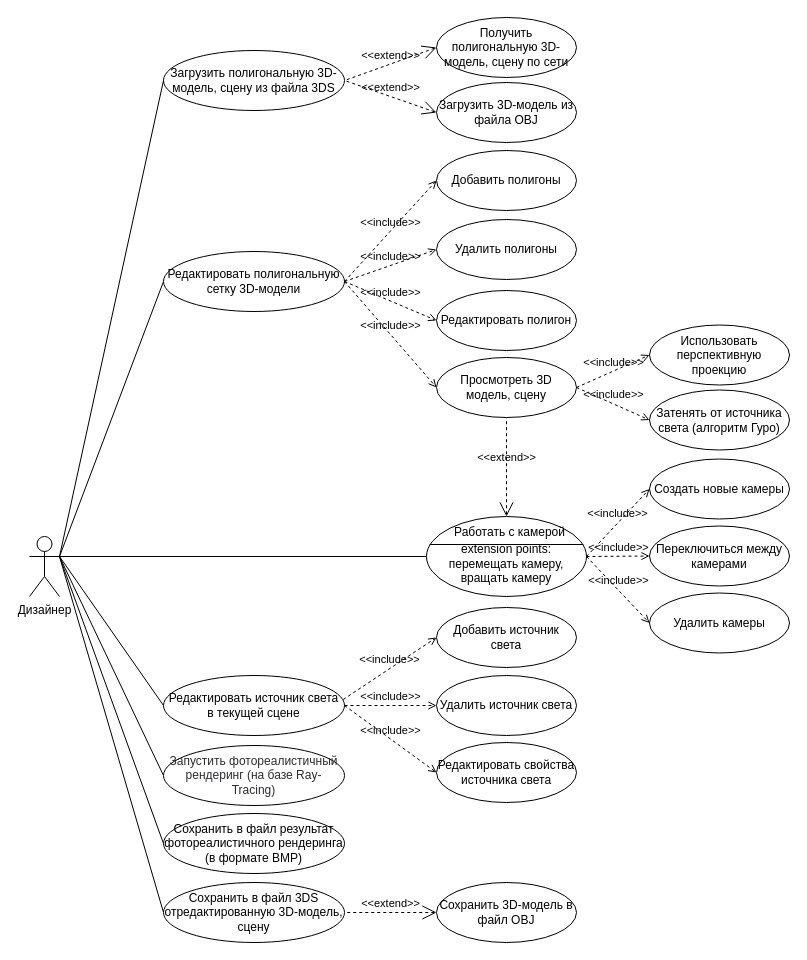
The draw.io diagram page "Use case" (1 of 2) of module_3/UCD.drawio in SheinEA/gb_architect, before the edit. Source tidied: cells renumbered, new cells numbered last; positions are measured from the earlier drawing's top-left corner, leaving out a move shared by most shapes. Both pictures are drawn from the tidied source at 100%, with x=0, y=0 at pixel (29, 17).
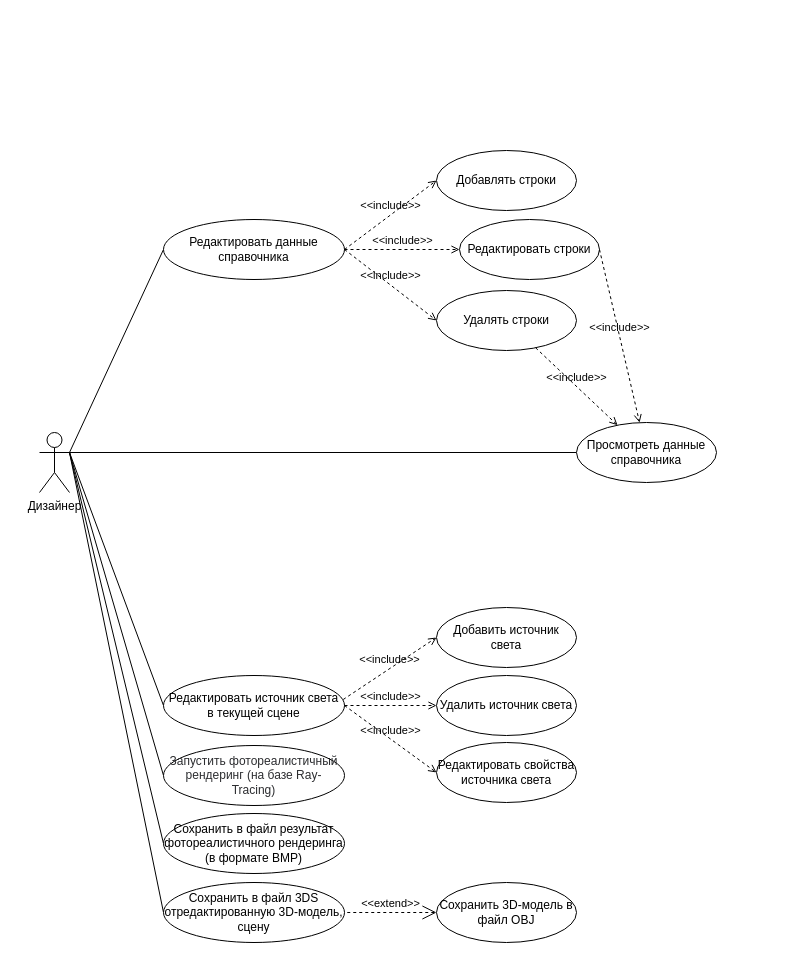
The same page after the edit.

What changed in the source:
```diff
@@
-    <mxCell id="2" value="Загрузить полигональную 3D-модель, сцену из файла 3DS" style="ellipse;whiteSpace=wrap;html=1;" parent="1" vertex="1">
-      <mxGeometry x="134" y="33" width="181" height="60" as="geometry" />
-    </mxCell>
-    <mxCell id="3" style="edgeStyle=none;rounded=0;jettySize=auto;html=1;exitX=1;exitY=0.3333333333333333;exitDx=0;exitDy=0;exitPerimeter=0;entryX=0;entryY=0.5;entryDx=0;entryDy=0;endArrow=none;endFill=0;" parent="1" edge="1" source="10" target="2">
-      <mxGeometry relative="1" as="geometry" />
-    </mxCell>
@@
-    <mxCell id="5" style="edgeStyle=none;rounded=0;jettySize=auto;html=1;exitX=1;exitY=0.3333333333333333;exitDx=0;exitDy=0;exitPerimeter=0;entryX=0;entryY=0.5;entryDx=0;entryDy=0;endArrow=none;endFill=0;entryPerimeter=0;" parent="1" edge="1" source="10" target="19">
+    <mxCell id="5" style="edgeStyle=none;rounded=0;jettySize=auto;html=1;exitX=1;exitY=0.3333333333333333;exitDx=0;exitDy=0;exitPerimeter=0;endArrow=none;endFill=0;" parent="1" edge="1" source="10" target="11">
       <mxGeometry relative="1" as="geometry" />
     </mxCell>
@@
     <mxCell id="10" value="Дизайнер" style="shape=umlActor;verticalLabelPosition=bottom;verticalAlign=top;html=1;" parent="1" vertex="1">
-      <mxGeometry y="519" width="30" height="60" as="geometry" />
+      <mxGeometry x="10" y="415" width="30" height="60" as="geometry" />
     </mxCell>
-    <mxCell id="11" value="Просмотреть 3D модель, сцену" style="ellipse;whiteSpace=wrap;html=1;" parent="1" vertex="1">
-      <mxGeometry x="407" y="340" width="140" height="60" as="geometry" />
+    <mxCell id="11" value="Просмотреть данные справочника" style="ellipse;whiteSpace=wrap;html=1;" parent="1" vertex="1">
+      <mxGeometry x="547" y="405" width="140" height="60" as="geometry" />
     </mxCell>
-    <mxCell id="12" value="Редактировать полигональную сетку 3D-модели" style="ellipse;whiteSpace=wrap;html=1;" parent="1" vertex="1">
-      <mxGeometry x="134" y="234" width="181" height="60" as="geometry" />
+    <mxCell id="12" value="Редактировать данные справочника" style="ellipse;whiteSpace=wrap;html=1;" parent="1" vertex="1">
+      <mxGeometry x="134" y="202" width="181" height="60" as="geometry" />
     </mxCell>
@@
-    <mxCell id="17" value="&amp;lt;&amp;lt;include&amp;gt;&amp;gt;" style="edgeStyle=none;html=1;endArrow=open;verticalAlign=bottom;dashed=1;labelBackgroundColor=none;exitX=1;exitY=0.5;exitDx=0;exitDy=0;entryX=0;entryY=0.5;entryDx=0;entryDy=0;" parent="1" edge="1" source="12" target="11">
-      <mxGeometry relative="1" as="geometry" />
-    </mxCell>
-    <mxCell id="18" value="&amp;lt;&amp;lt;extend&amp;gt;&amp;gt;" style="edgeStyle=none;html=1;startArrow=open;endArrow=none;startSize=12;verticalAlign=bottom;dashed=1;labelBackgroundColor=none;entryX=0.5;entryY=1;entryDx=0;entryDy=0;exitX=0.5;exitY=0;exitDx=0;exitDy=0;exitPerimeter=0;" parent="1" edge="1" source="19" target="11">
-      <mxGeometry relative="1" as="geometry" />
-    </mxCell>
-    <mxCell id="19" value="&lt;br&gt;extension points:&lt;br&gt;перемещать камеру, вращать камеру" style="html=1;shape=mxgraph.sysml.useCaseExtPt;whiteSpace=wrap;align=center;" parent="1" vertex="1">
-      <mxGeometry x="397" y="499" width="160" height="80" as="geometry" />
-    </mxCell>
-    <mxCell id="20" value="&lt;span style=&quot;font-weight: 400&quot;&gt;Работать с камерой&lt;/span&gt;" style="html=1;verticalAlign=middle;align=center;labelBackgroundColor=none;fontStyle=1;" parent="19" vertex="1">
-      <mxGeometry x="80" y="17" as="geometry">
-        <mxPoint x="2" y="-2" as="offset" />
-      </mxGeometry>
-    </mxCell>
@@
-    <mxCell id="27" value="Получить полигональную 3D-модель, сцену по сети" style="ellipse;whiteSpace=wrap;html=1;" parent="1" vertex="1">
-      <mxGeometry x="407" width="140" height="60" as="geometry" />
-    </mxCell>
-    <mxCell id="28" value="&amp;lt;&amp;lt;extend&amp;gt;&amp;gt;" style="edgeStyle=none;html=1;startArrow=open;endArrow=none;startSize=12;verticalAlign=bottom;dashed=1;labelBackgroundColor=none;entryX=1;entryY=0.5;entryDx=0;entryDy=0;exitX=0;exitY=0.5;exitDx=0;exitDy=0;" parent="1" edge="1" source="27" target="2">
-      <mxGeometry relative="1" as="geometry" />
-    </mxCell>
-    <mxCell id="29" value="Загрузить 3D-модель из файла OBJ" style="ellipse;whiteSpace=wrap;html=1;" parent="1" vertex="1">
-      <mxGeometry x="407" y="65" width="140" height="60" as="geometry" />
-    </mxCell>
-    <mxCell id="30" value="&amp;lt;&amp;lt;extend&amp;gt;&amp;gt;" style="edgeStyle=none;html=1;startArrow=open;endArrow=none;startSize=12;verticalAlign=bottom;dashed=1;labelBackgroundColor=none;entryX=1;entryY=0.5;entryDx=0;entryDy=0;exitX=0;exitY=0.5;exitDx=0;exitDy=0;" parent="1" edge="1" source="29" target="2">
-      <mxGeometry relative="1" as="geometry" />
-    </mxCell>
@@
-    <mxCell id="33" value="Добавить полигоны" style="ellipse;whiteSpace=wrap;html=1;" parent="1" vertex="1">
+    <mxCell id="33" value="Добавлять строки" style="ellipse;whiteSpace=wrap;html=1;" parent="1" vertex="1">
       <mxGeometry x="407" y="133" width="140" height="60" as="geometry" />
     </mxCell>
-    <mxCell id="34" value="Удалить полигоны" style="ellipse;whiteSpace=wrap;html=1;" parent="1" vertex="1">
-      <mxGeometry x="407" y="202" width="140" height="60" as="geometry" />
+    <mxCell id="34" value="Редактировать строки" style="ellipse;whiteSpace=wrap;html=1;" parent="1" vertex="1">
+      <mxGeometry x="430" y="202" width="140" height="60" as="geometry" />
     </mxCell>
-    <mxCell id="35" value="Редактировать полигон" style="ellipse;whiteSpace=wrap;html=1;" parent="1" vertex="1">
+    <mxCell id="35" value="Удалять строки" style="ellipse;whiteSpace=wrap;html=1;" parent="1" vertex="1">
       <mxGeometry x="407" y="273" width="140" height="60" as="geometry" />
     </mxCell>
@@
-    <mxCell id="39" value="Создать новые камеры" style="ellipse;whiteSpace=wrap;html=1;" parent="1" vertex="1">
-      <mxGeometry x="620" y="441.5" width="140" height="60" as="geometry" />
-    </mxCell>
-    <mxCell id="40" value="Переключиться между камерами" style="ellipse;whiteSpace=wrap;html=1;" parent="1" vertex="1">
-      <mxGeometry x="620" y="508.5" width="140" height="60" as="geometry" />
-    </mxCell>
-    <mxCell id="41" value="Удалить камеры" style="ellipse;whiteSpace=wrap;html=1;" parent="1" vertex="1">
-      <mxGeometry x="620" y="575.5" width="140" height="60" as="geometry" />
-    </mxCell>
-    <mxCell id="42" value="&amp;lt;&amp;lt;include&amp;gt;&amp;gt;" style="edgeStyle=none;html=1;endArrow=open;verticalAlign=bottom;dashed=1;labelBackgroundColor=none;exitX=1;exitY=0.5;exitDx=0;exitDy=0;exitPerimeter=0;entryX=0;entryY=0.5;entryDx=0;entryDy=0;" parent="1" edge="1" source="19" target="39">
-      <mxGeometry relative="1" as="geometry" />
-    </mxCell>
-    <mxCell id="43" value="&amp;lt;&amp;lt;include&amp;gt;&amp;gt;" style="edgeStyle=none;html=1;endArrow=open;verticalAlign=bottom;dashed=1;labelBackgroundColor=none;exitX=1;exitY=0.5;exitDx=0;exitDy=0;exitPerimeter=0;entryX=0;entryY=0.5;entryDx=0;entryDy=0;" parent="1" edge="1" source="19" target="40">
-      <mxGeometry relative="1" as="geometry" />
-    </mxCell>
-    <mxCell id="44" value="&amp;lt;&amp;lt;include&amp;gt;&amp;gt;" style="edgeStyle=none;html=1;endArrow=open;verticalAlign=bottom;dashed=1;labelBackgroundColor=none;exitX=1;exitY=0.5;exitDx=0;exitDy=0;exitPerimeter=0;entryX=0;entryY=0.5;entryDx=0;entryDy=0;" parent="1" edge="1" source="19" target="41">
-      <mxGeometry relative="1" as="geometry" />
-    </mxCell>
-    <mxCell id="45" value="Использовать перспективную проекцию" style="ellipse;whiteSpace=wrap;html=1;" parent="1" vertex="1">
-      <mxGeometry x="620" y="307.5" width="140" height="60" as="geometry" />
-    </mxCell>
-    <mxCell id="46" value="Затенять от источника света (алгоритм Гуро)" style="ellipse;whiteSpace=wrap;html=1;" parent="1" vertex="1">
-      <mxGeometry x="620" y="372.5" width="140" height="60" as="geometry" />
-    </mxCell>
-    <mxCell id="47" value="&amp;lt;&amp;lt;include&amp;gt;&amp;gt;" style="edgeStyle=none;html=1;endArrow=open;verticalAlign=bottom;dashed=1;labelBackgroundColor=none;exitX=1;exitY=0.5;exitDx=0;exitDy=0;entryX=0;entryY=0.5;entryDx=0;entryDy=0;" parent="1" edge="1" source="11" target="45">
-      <mxGeometry relative="1" as="geometry" />
-    </mxCell>
-    <mxCell id="48" value="&amp;lt;&amp;lt;include&amp;gt;&amp;gt;" style="edgeStyle=none;html=1;endArrow=open;verticalAlign=bottom;dashed=1;labelBackgroundColor=none;exitX=1;exitY=0.5;exitDx=0;exitDy=0;entryX=0;entryY=0.5;entryDx=0;entryDy=0;" parent="1" edge="1" source="11" target="46">
-      <mxGeometry relative="1" as="geometry" />
-    </mxCell>
+    <mxCell id="49" value="&amp;lt;&amp;lt;include&amp;gt;&amp;gt;" style="edgeStyle=none;html=1;endArrow=open;verticalAlign=bottom;dashed=1;labelBackgroundColor=none;" parent="1" edge="1" source="35" target="11">
+      <mxGeometry relative="1" as="geometry" />
+    </mxCell>
+    <mxCell id="50" value="&amp;lt;&amp;lt;include&amp;gt;&amp;gt;" style="edgeStyle=none;html=1;endArrow=open;verticalAlign=bottom;dashed=1;labelBackgroundColor=none;exitX=1;exitY=0.5;exitDx=0;exitDy=0;" parent="1" edge="1" source="34" target="11">
+      <mxGeometry relative="1" as="geometry" />
+    </mxCell>
```
